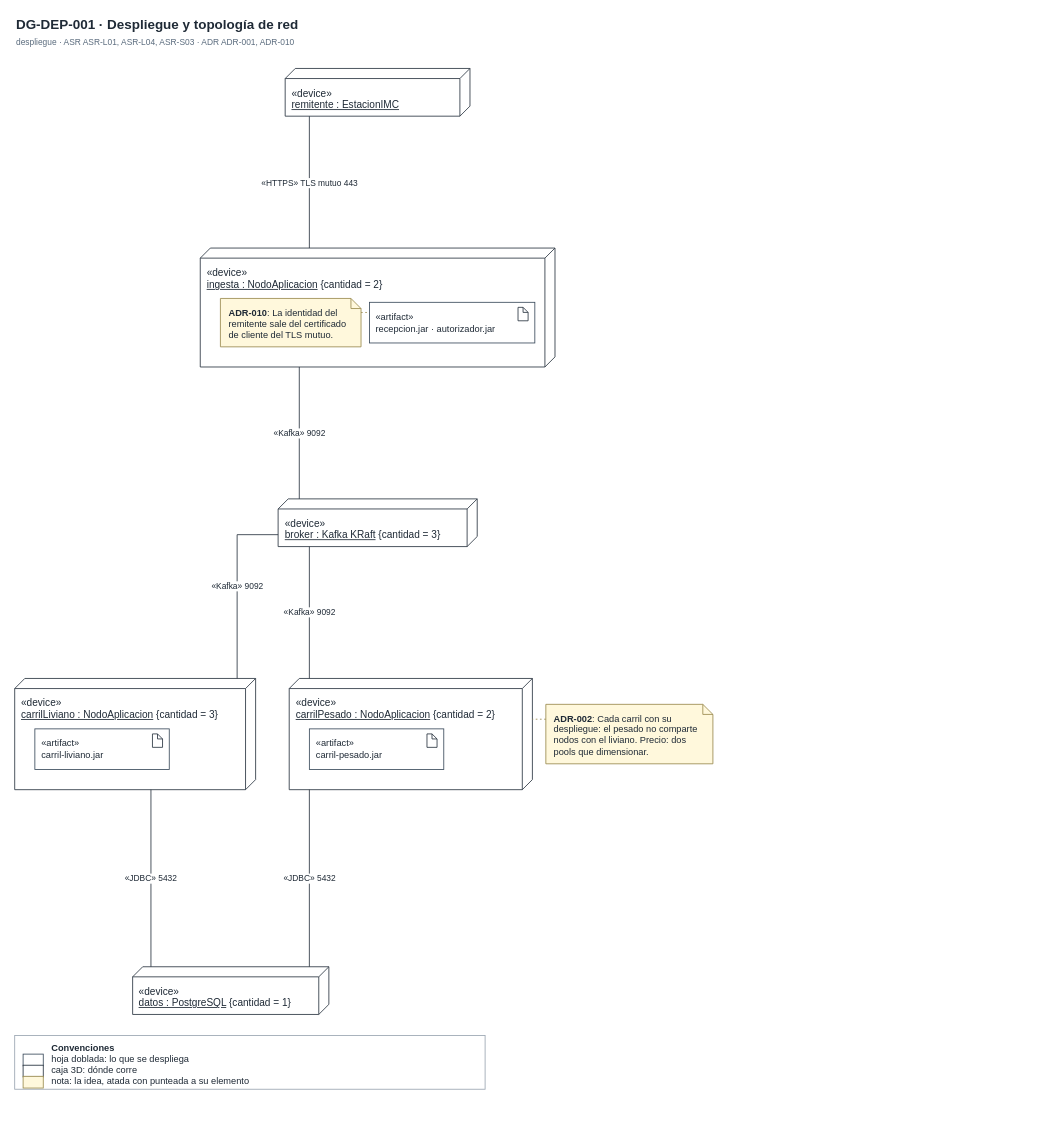
Earlier version of the draw.io diagram page "DG-DEP-001 · Despliegue y topología" (17 of 26) of docs/modelos/drawio/orquidea.drawio (MATI-MBIT/arqsoft-reto-4). Source tidied: cells renumbered, new cells numbered last; positions are measured from the earlier drawing's top-left corner, leaving out a move shared by most shapes. Both pictures are drawn from the tidied source at 84%, with x=0, y=0 at pixel (14, 14).
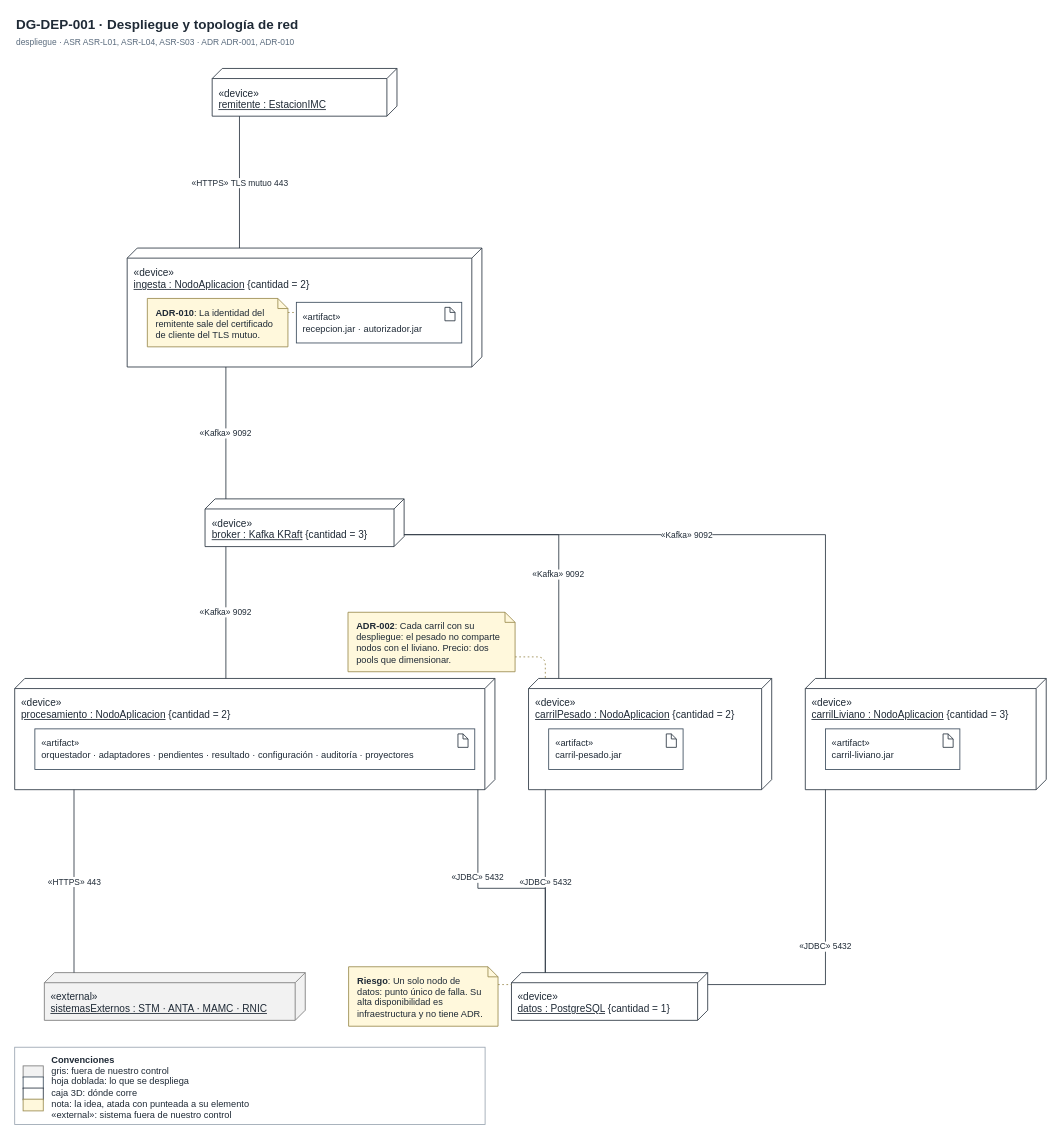
Above is the later version.

The change refers to these unchanged cells:
```xml
<mxCell id="6" value="«artifact»&lt;br&gt;recepcion.jar · autorizador.jar" style="html=1;whiteSpace=wrap;fontSize=11;align=left;spacingLeft=6;fillColor=#FFFFFF;strokeColor=#3B4B5C;fila=T4;fontColor=#1F2A36;" parent="5" vertex="1">
  <mxGeometry x="201.4" y="64.6" width="196.9" height="48.4" as="geometry" />
</mxCell>
<mxCell id="8" value="&lt;b&gt;ADR-010&lt;/b&gt;: La identidad del&lt;br&gt;remitente sale del certificado&lt;br&gt;de cliente del TLS mutuo." style="shape=note;html=1;size=12;fontSize=11;align=left;verticalAlign=top;spacingLeft=8;spacingRight=14;spacingTop=4;fillColor=#FFF8DC;strokeColor=#9A8B4F;fila=T8;fontColor=#1F2A36;" parent="5" vertex="1">
  <mxGeometry x="24" y="60" width="167.4" height="57.6" as="geometry" />
</mxCell>
```

What changed in the source:
```diff
@@
     <mxCell id="2" value="&lt;b&gt;DG-DEP-001&lt;/b&gt; · Despliegue y topología de red" style="text;html=1;align=left;verticalAlign=middle;fontSize=16;fontStyle=1;fontColor=#1F2A36;" parent="1" vertex="1">
-      <mxGeometry width="831.2" height="24" as="geometry" />
+      <mxGeometry width="1228" height="24" as="geometry" />
     </mxCell>
     <mxCell id="3" value="despliegue · ASR ASR-L01, ASR-L04, ASR-S03 · ADR ADR-001, ADR-010" style="text;html=1;align=left;verticalAlign=middle;fontSize=10;fontColor=#5A6B7D;" parent="1" vertex="1">
-      <mxGeometry y="26" width="831.2" height="14" as="geometry" />
+      <mxGeometry y="26" width="1228" height="14" as="geometry" />
     </mxCell>
     <mxCell id="4" value="«device»&lt;br&gt;&lt;u&gt;remitente : EstacionIMC&lt;/u&gt;" style="verticalAlign=top;align=left;shape=cube;size=12;direction=south;html=1;boundedLbl=1;spacingLeft=6;spacingTop=4;whiteSpace=wrap;estereotipo=device;fillColor=#FFFFFF;strokeColor=#2B3642;fila=T5;fontColor=#1F2A36;" parent="1" vertex="1">
-      <mxGeometry x="322" y="64" width="220" height="56.8" as="geometry" />
+      <mxGeometry x="235.1" y="64" width="220" height="56.8" as="geometry" />
     </mxCell>
     <mxCell id="5" value="«device»&lt;br&gt;&lt;u&gt;ingesta : NodoAplicacion&lt;/u&gt; {cantidad = 2}" style="verticalAlign=top;align=left;shape=cube;size=12;direction=south;html=1;boundedLbl=1;spacingLeft=6;spacingTop=4;whiteSpace=wrap;estereotipo=device;fillColor=#FFFFFF;strokeColor=#2B3642;fila=T5;fontColor=#1F2A36;" parent="1" vertex="1">
-      <mxGeometry x="220.9" y="277.8" width="422.3" height="141.6" as="geometry" />
+      <mxGeometry x="133.9" y="277.8" width="422.3" height="141.6" as="geometry" />
     </mxCell>
@@
     <mxCell id="9" value="«device»&lt;br&gt;&lt;u&gt;carrilLiviano : NodoAplicacion&lt;/u&gt; {cantidad = 3}" style="verticalAlign=top;align=left;shape=cube;size=12;direction=south;html=1;boundedLbl=1;spacingLeft=6;spacingTop=4;whiteSpace=wrap;estereotipo=device;fillColor=#FFFFFF;strokeColor=#2B3642;fila=T5;fontColor=#1F2A36;" parent="1" vertex="1">
-      <mxGeometry y="790.2" width="286.8" height="132.4" as="geometry" />
+      <mxGeometry x="941.2" y="790.2" width="286.8" height="132.4" as="geometry" />
     </mxCell>
@@
     <mxCell id="12" value="«device»&lt;br&gt;&lt;u&gt;carrilPesado : NodoAplicacion&lt;/u&gt; {cantidad = 2}" style="verticalAlign=top;align=left;shape=cube;size=12;direction=south;html=1;boundedLbl=1;spacingLeft=6;spacingTop=4;whiteSpace=wrap;estereotipo=device;fillColor=#FFFFFF;strokeColor=#2B3642;fila=T5;fontColor=#1F2A36;" parent="1" vertex="1">
-      <mxGeometry x="326.8" y="790.2" width="289.5" height="132.4" as="geometry" />
+      <mxGeometry x="611.7" y="790.2" width="289.5" height="132.4" as="geometry" />
     </mxCell>
@@
+    <mxCell id="30" value="«device»&lt;br&gt;&lt;u&gt;procesamiento : NodoAplicacion&lt;/u&gt; {cantidad = 2}" style="verticalAlign=top;align=left;shape=cube;size=12;direction=south;html=1;boundedLbl=1;spacingLeft=6;spacingTop=4;whiteSpace=wrap;estereotipo=device;fillColor=#FFFFFF;strokeColor=#2B3642;fila=T5;fontColor=#1F2A36;" parent="1" vertex="1">
+      <mxGeometry y="790.2" width="571.7" height="132.4" as="geometry" />
+    </mxCell>
+    <mxCell id="31" value="«artifact»&lt;br&gt;orquestador · adaptadores · pendientes · resultado · configuración · auditoría · proyectores" style="html=1;whiteSpace=wrap;fontSize=11;align=left;spacingLeft=6;fillColor=#FFFFFF;strokeColor=#3B4B5C;fila=T4;fontColor=#1F2A36;" parent="30" vertex="1">
+      <mxGeometry x="24" y="60" width="523.7" height="48.4" as="geometry" />
+    </mxCell>
+    <mxCell id="32" style="shape=note;size=6;html=1;fillColor=#FFFFFF;strokeColor=#2B3642;" parent="31" vertex="1">
+      <mxGeometry x="503.7" y="6" width="12" height="16" as="geometry" />
+    </mxCell>
+    <mxCell id="33" value="«external»&lt;br&gt;&lt;u&gt;sistemasExternos : STM · ANTA · MAMC · RNIC&lt;/u&gt;" style="verticalAlign=top;align=left;shape=cube;size=12;direction=south;html=1;boundedLbl=1;spacingLeft=6;spacingTop=4;whiteSpace=wrap;estereotipo=external;fillColor=#F2F2F2;strokeColor=#7A7A7A;fila=T2;fontColor=#1F2A36;" parent="1" vertex="1">
+      <mxGeometry x="35.3" y="1140.4" width="310.6" height="56.8" as="geometry" />
+    </mxCell>
     <mxCell id="15" value="«device»&lt;br&gt;&lt;u&gt;broker : Kafka KRaft&lt;/u&gt; {cantidad = 3}" style="verticalAlign=top;align=left;shape=cube;size=12;direction=south;html=1;boundedLbl=1;spacingLeft=6;spacingTop=4;whiteSpace=wrap;estereotipo=device;fillColor=#FFFFFF;strokeColor=#2B3642;fila=T5;fontColor=#1F2A36;" parent="1" vertex="1">
-      <mxGeometry x="313.6" y="576.4" width="237" height="56.8" as="geometry" />
+      <mxGeometry x="226.6" y="576.4" width="237" height="56.8" as="geometry" />
     </mxCell>
     <mxCell id="16" value="«device»&lt;br&gt;&lt;u&gt;datos : PostgreSQL&lt;/u&gt; {cantidad = 1}" style="verticalAlign=top;align=left;shape=cube;size=12;direction=south;html=1;boundedLbl=1;spacingLeft=6;spacingTop=4;whiteSpace=wrap;estereotipo=device;fillColor=#FFFFFF;strokeColor=#2B3642;fila=T5;fontColor=#1F2A36;" parent="1" vertex="1">
-      <mxGeometry x="140.4" y="1133.4" width="233.6" height="56.8" as="geometry" />
+      <mxGeometry x="591.4" y="1140.4" width="233.6" height="56.8" as="geometry" />
     </mxCell>
     <mxCell id="17" value="&lt;b&gt;ADR-002&lt;/b&gt;: Cada carril con su&lt;br&gt;despliegue: el pesado no comparte&lt;br&gt;nodos con el liviano. Precio: dos&lt;br&gt;pools que dimensionar." style="shape=note;html=1;size=12;fontSize=11;align=left;verticalAlign=top;spacingLeft=8;spacingRight=14;spacingTop=4;fillColor=#FFF8DC;strokeColor=#9A8B4F;fila=T8;fontColor=#1F2A36;" parent="1" vertex="1">
-      <mxGeometry x="632.3" y="821" width="198.9" height="70.8" as="geometry" />
+      <mxGeometry x="396.8" y="711.4" width="198.9" height="70.8" as="geometry" />
     </mxCell>
+    <mxCell id="34" value="&lt;b&gt;Riesgo&lt;/b&gt;: Un solo nodo de&lt;br&gt;datos: punto único de falla. Su&lt;br&gt;alta disponibilidad es&lt;br&gt;infraestructura y no tiene ADR." style="shape=note;html=1;size=12;fontSize=11;align=left;verticalAlign=top;spacingLeft=8;spacingRight=14;spacingTop=4;fillColor=#FFF8DC;strokeColor=#9A8B4F;fila=T8;fontColor=#1F2A36;" parent="1" vertex="1">
+      <mxGeometry x="397.5" y="1133.4" width="177.9" height="70.8" as="geometry" />
+    </mxCell>
     <mxCell id="18" value="«HTTPS» TLS mutuo 443" style="endArrow=none;html=1;rounded=0;fontSize=10;labelBackgroundColor=#FFFFFF;strokeColor=#2B3642;fontColor=#1F2A36;rel=ruta;" parent="1" edge="1" source="4" target="5">
       <mxGeometry relative="1" as="geometry">
         <Array as="points">
-          <mxPoint x="350.8" y="120.8" />
-          <mxPoint x="350.8" y="277.8" />
+          <mxPoint x="267.6" y="120.8" />
+          <mxPoint x="267.6" y="277.8" />
         </Array>
       </mxGeometry>
     </mxCell>
     <mxCell id="19" value="«Kafka» 9092" style="endArrow=none;html=1;rounded=0;fontSize=10;labelBackgroundColor=#FFFFFF;strokeColor=#2B3642;fontColor=#1F2A36;rel=ruta;" parent="1" edge="1" source="5" target="15">
       <mxGeometry relative="1" as="geometry">
         <Array as="points">
-          <mxPoint x="338.8" y="419.4" />
-          <mxPoint x="338.8" y="576.4" />
+          <mxPoint x="251.4" y="419.4" />
+          <mxPoint x="251.4" y="576.4" />
         </Array>
       </mxGeometry>
     </mxCell>
     <mxCell id="20" value="«Kafka» 9092" style="endArrow=none;html=1;rounded=0;fontSize=10;labelBackgroundColor=#FFFFFF;strokeColor=#2B3642;fontColor=#1F2A36;flujo=inverso;rel=ruta;" parent="1" edge="1" source="9" target="15">
       <mxGeometry relative="1" as="geometry">
         <Array as="points">
-          <mxPoint x="264.8" y="790.2" />
-          <mxPoint x="264.8" y="619" />
-          <mxPoint x="313.6" y="619" />
+          <mxPoint x="965.2" y="790.2" />
+          <mxPoint x="965.2" y="619" />
+          <mxPoint x="463.6" y="619" />
         </Array>
       </mxGeometry>
     </mxCell>
     <mxCell id="21" value="«Kafka» 9092" style="endArrow=none;html=1;rounded=0;fontSize=10;labelBackgroundColor=#FFFFFF;strokeColor=#2B3642;fontColor=#1F2A36;flujo=inverso;rel=ruta;" parent="1" edge="1" source="12" target="15">
       <mxGeometry relative="1" as="geometry">
         <Array as="points">
-          <mxPoint x="350.8" y="790.2" />
-          <mxPoint x="350.8" y="633.2" />
+          <mxPoint x="647.7" y="790.2" />
+          <mxPoint x="647.7" y="619" />
+          <mxPoint x="463.6" y="619" />
         </Array>
+        <mxPoint x="6.5" y="46.8" as="offset" />
       </mxGeometry>
     </mxCell>
     <mxCell id="22" value="«JDBC» 5432" style="endArrow=none;html=1;rounded=0;fontSize=10;labelBackgroundColor=#FFFFFF;strokeColor=#2B3642;fontColor=#1F2A36;rel=ruta;" parent="1" edge="1" source="9" target="16">
       <mxGeometry relative="1" as="geometry">
         <Array as="points">
-          <mxPoint x="162.2" y="922.6" />
-          <mxPoint x="162.2" y="1133.4" />
+          <mxPoint x="965.2" y="922.6" />
+          <mxPoint x="965.2" y="1154.6" />
+          <mxPoint x="825" y="1154.6" />
         </Array>
       </mxGeometry>
     </mxCell>
     <mxCell id="23" value="«JDBC» 5432" style="endArrow=none;html=1;rounded=0;fontSize=10;labelBackgroundColor=#FFFFFF;strokeColor=#2B3642;fontColor=#1F2A36;rel=ruta;" parent="1" edge="1" source="12" target="16">
       <mxGeometry relative="1" as="geometry">
         <Array as="points">
-          <mxPoint x="350.8" y="922.6" />
-          <mxPoint x="350.8" y="1133.4" />
+          <mxPoint x="631.7" y="922.6" />
+          <mxPoint x="631.7" y="1140.4" />
         </Array>
       </mxGeometry>
     </mxCell>
+    <mxCell id="35" value="«Kafka» 9092" style="endArrow=none;html=1;rounded=0;fontSize=10;labelBackgroundColor=#FFFFFF;strokeColor=#2B3642;fontColor=#1F2A36;flujo=inverso;rel=ruta;" parent="1" edge="1" source="30" target="15">
+      <mxGeometry relative="1" as="geometry">
+        <Array as="points">
+          <mxPoint x="251.4" y="790.2" />
+          <mxPoint x="251.4" y="633.2" />
+        </Array>
+      </mxGeometry>
+    </mxCell>
+    <mxCell id="36" value="«JDBC» 5432" style="endArrow=none;html=1;rounded=0;fontSize=10;labelBackgroundColor=#FFFFFF;strokeColor=#2B3642;fontColor=#1F2A36;rel=ruta;" parent="1" edge="1" source="30" target="16">
+      <mxGeometry relative="1" as="geometry">
+        <Array as="points">
+          <mxPoint x="551.4" y="922.6" />
+          <mxPoint x="551.4" y="1040" />
+          <mxPoint x="631.7" y="1040" />
+          <mxPoint x="631.7" y="1140.4" />
+        </Array>
+        <mxPoint x="-31.7" y="-13.1" as="offset" />
+      </mxGeometry>
+    </mxCell>
+    <mxCell id="37" value="«HTTPS» 443" style="endArrow=none;html=1;rounded=0;fontSize=10;labelBackgroundColor=#FFFFFF;strokeColor=#2B3642;fontColor=#1F2A36;rel=ruta;" parent="1" edge="1" source="30" target="33">
+      <mxGeometry relative="1" as="geometry">
+        <Array as="points">
+          <mxPoint x="70.6" y="922.6" />
+          <mxPoint x="70.6" y="1140.4" />
+        </Array>
+      </mxGeometry>
+    </mxCell>
     <mxCell id="24" style="endArrow=none;dashed=1;html=1;strokeColor=#9A8B4F;dashPattern=2 3;" parent="1" edge="1" source="17" target="12">
       <mxGeometry relative="1" as="geometry">
         <Array as="points">
-          <mxPoint x="632.3" y="838.7" />
-          <mxPoint x="616.3" y="838.7" />
+          <mxPoint x="595.7" y="764.5" />
+          <mxPoint x="631.7" y="764.5" />
+          <mxPoint x="631.7" y="790.2" />
         </Array>
       </mxGeometry>
     </mxCell>
     <mxCell id="25" style="endArrow=none;dashed=1;html=1;strokeColor=#9A8B4F;dashPattern=2 3;" parent="1" edge="1" source="8" target="6">
       <mxGeometry relative="1" as="geometry">
         <Array as="points">
-          <mxPoint x="412.3" y="354.5" />
-          <mxPoint x="422.3" y="354.5" />
+          <mxPoint x="325.3" y="354.5" />
+          <mxPoint x="335.3" y="354.5" />
         </Array>
       </mxGeometry>
     </mxCell>
+    <mxCell id="38" style="endArrow=none;dashed=1;html=1;strokeColor=#9A8B4F;dashPattern=2 3;" parent="1" edge="1" source="34" target="16">
+      <mxGeometry relative="1" as="geometry">
+        <Array as="points">
+          <mxPoint x="575.4" y="1154.6" />
+          <mxPoint x="591.4" y="1154.6" />
+        </Array>
+      </mxGeometry>
+    </mxCell>
-    <mxCell id="26" value="&lt;b&gt;Convenciones&lt;/b&gt;&lt;br&gt;hoja doblada: lo que se despliega&lt;br&gt;caja 3D: dónde corre&lt;br&gt;nota: la idea, atada con punteada a su elemento" style="text;rounded=0;whiteSpace=wrap;html=1;fillColor=#FFFFFF;strokeColor=#9AA5B1;align=left;verticalAlign=top;spacingLeft=42;spacingTop=2;fontFamily=Helvetica;fontSize=11;fontColor=#1F2A36;" parent="1" vertex="1">
-      <mxGeometry y="1215.2" width="560" height="64" as="geometry" />
+    <mxCell id="26" value="&lt;b&gt;Convenciones&lt;/b&gt;&lt;br&gt;gris: fuera de nuestro control&lt;br&gt;hoja doblada: lo que se despliega&lt;br&gt;caja 3D: dónde corre&lt;br&gt;nota: la idea, atada con punteada a su elemento&lt;br&gt;«external»: sistema fuera de nuestro control" style="text;rounded=0;whiteSpace=wrap;html=1;fillColor=#FFFFFF;strokeColor=#9AA5B1;align=left;verticalAlign=top;spacingLeft=42;spacingTop=2;fontFamily=Helvetica;fontSize=11;fontColor=#1F2A36;" parent="1" vertex="1">
+      <mxGeometry y="1229.2" width="560" height="92" as="geometry" />
     </mxCell>
-    <mxCell id="27" style="text;html=1;fillColor=#FFFFFF;strokeColor=#3B4B5C;" parent="26" vertex="1">
+    <mxCell id="27" style="text;html=1;fillColor=#F2F2F2;strokeColor=#7A7A7A;" parent="26" vertex="1">
       <mxGeometry x="10" y="22.2" width="24" height="14" as="geometry" />
     </mxCell>
-    <mxCell id="28" style="text;html=1;fillColor=#FFFFFF;strokeColor=#2B3642;" parent="26" vertex="1">
+    <mxCell id="28" style="text;html=1;fillColor=#FFFFFF;strokeColor=#3B4B5C;" parent="26" vertex="1">
       <mxGeometry x="10" y="35.4" width="24" height="14" as="geometry" />
     </mxCell>
-    <mxCell id="29" style="text;html=1;fillColor=#FFF8DC;strokeColor=#9A8B4F;" parent="26" vertex="1">
+    <mxCell id="29" style="text;html=1;fillColor=#FFFFFF;strokeColor=#2B3642;" parent="26" vertex="1">
       <mxGeometry x="10" y="48.6" width="24" height="14" as="geometry" />
     </mxCell>
+    <mxCell id="39" style="text;html=1;fillColor=#FFF8DC;strokeColor=#9A8B4F;" parent="26" vertex="1">
+      <mxGeometry x="10" y="61.8" width="24" height="14" as="geometry" />
+    </mxCell>
```
